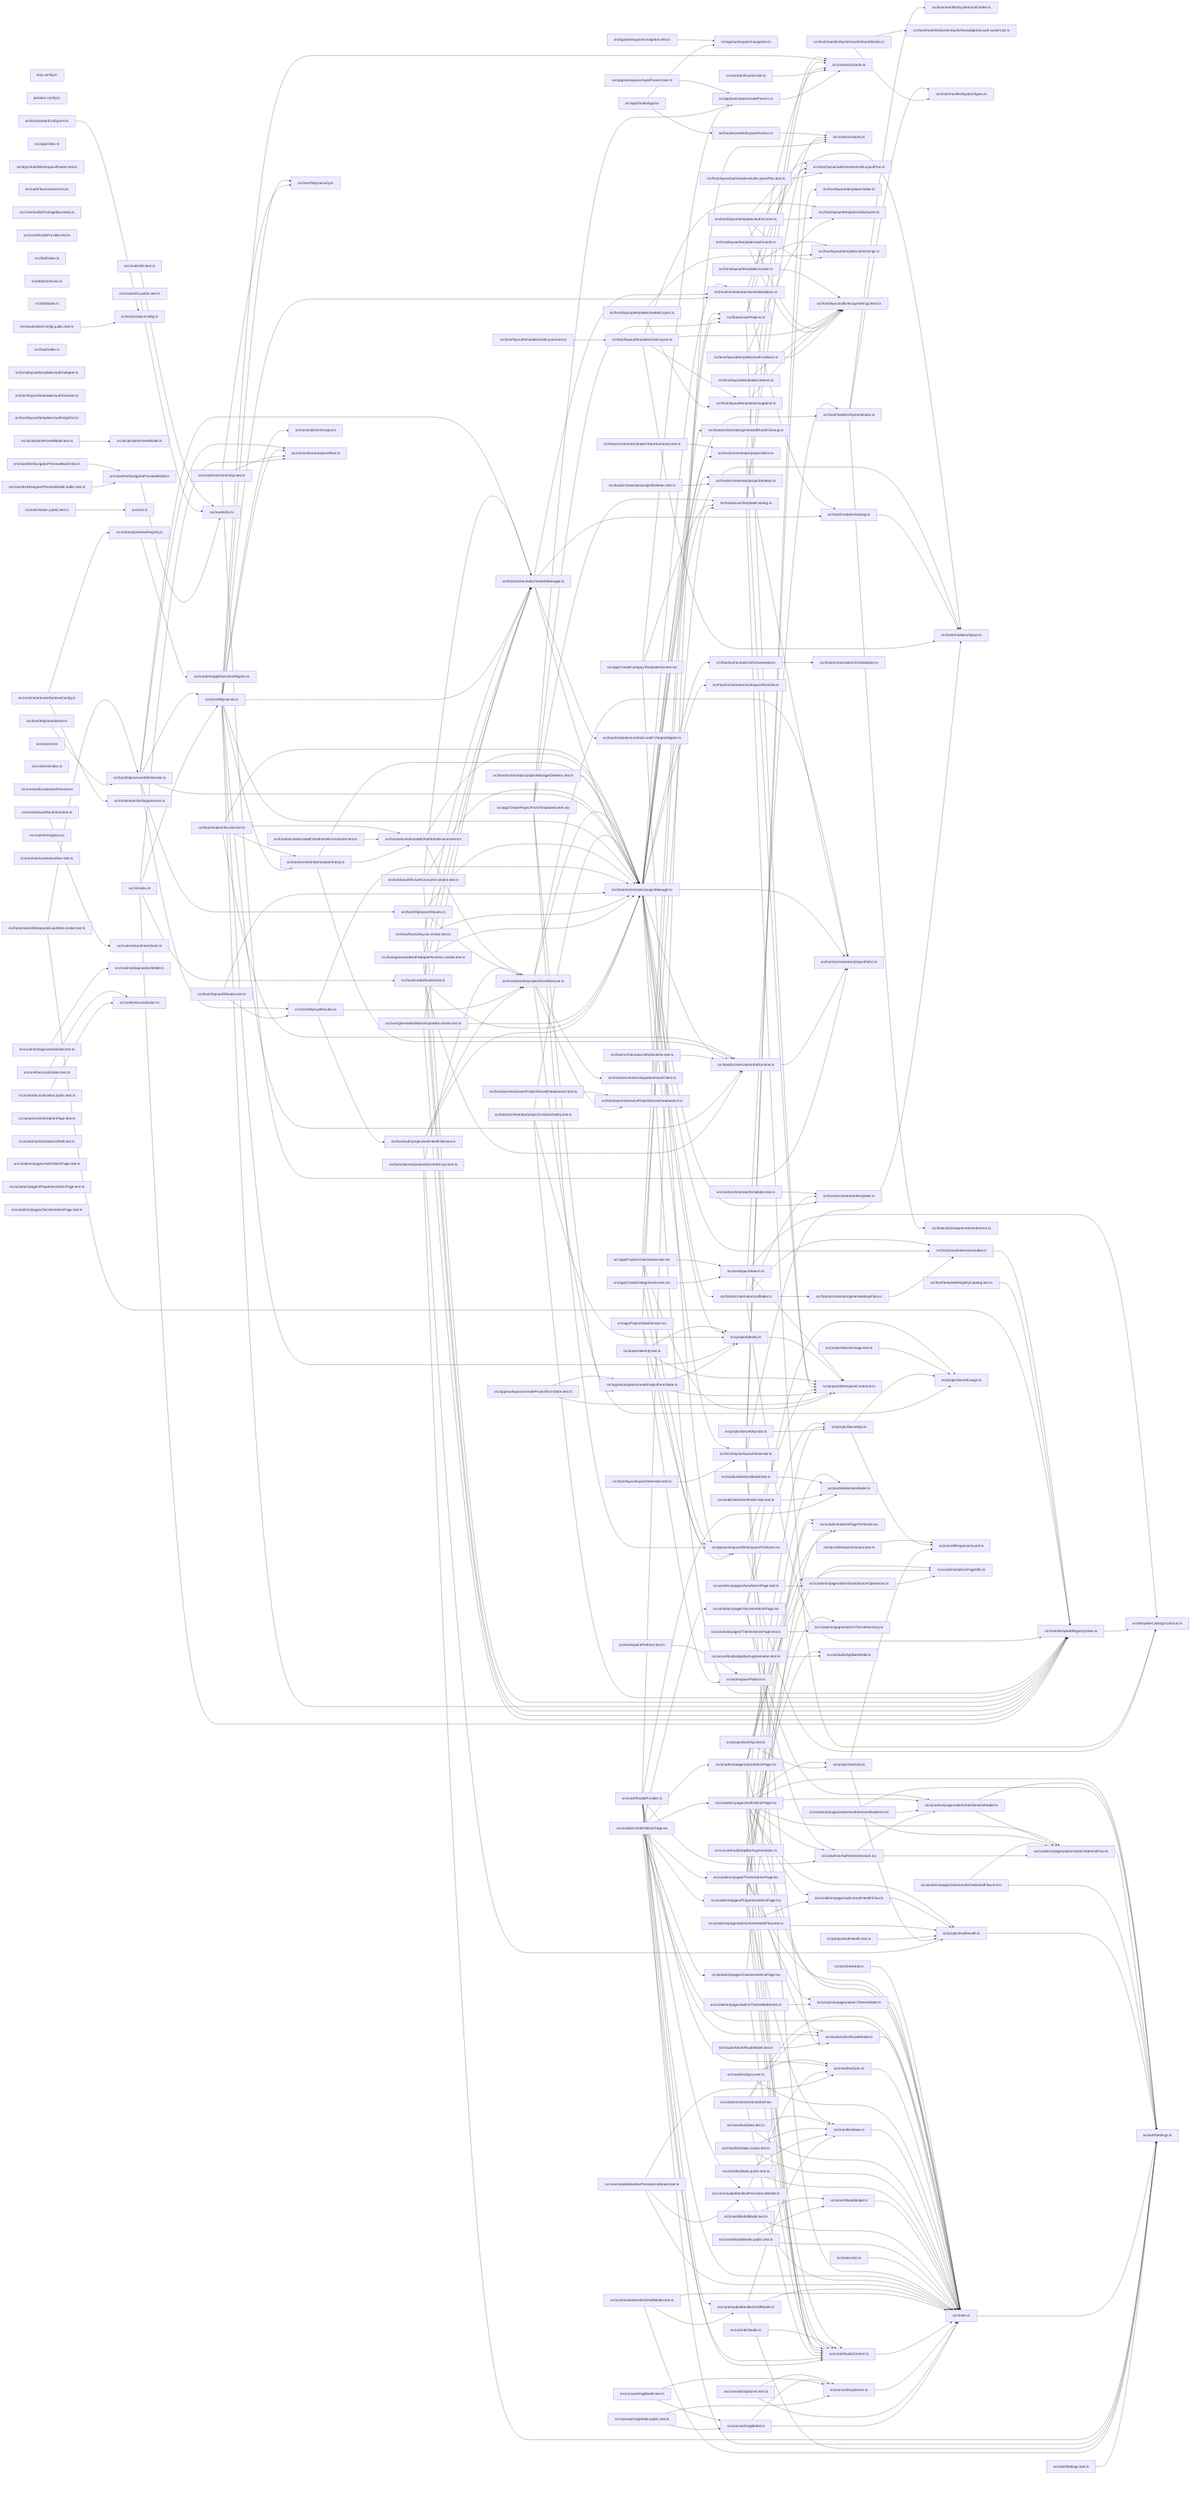
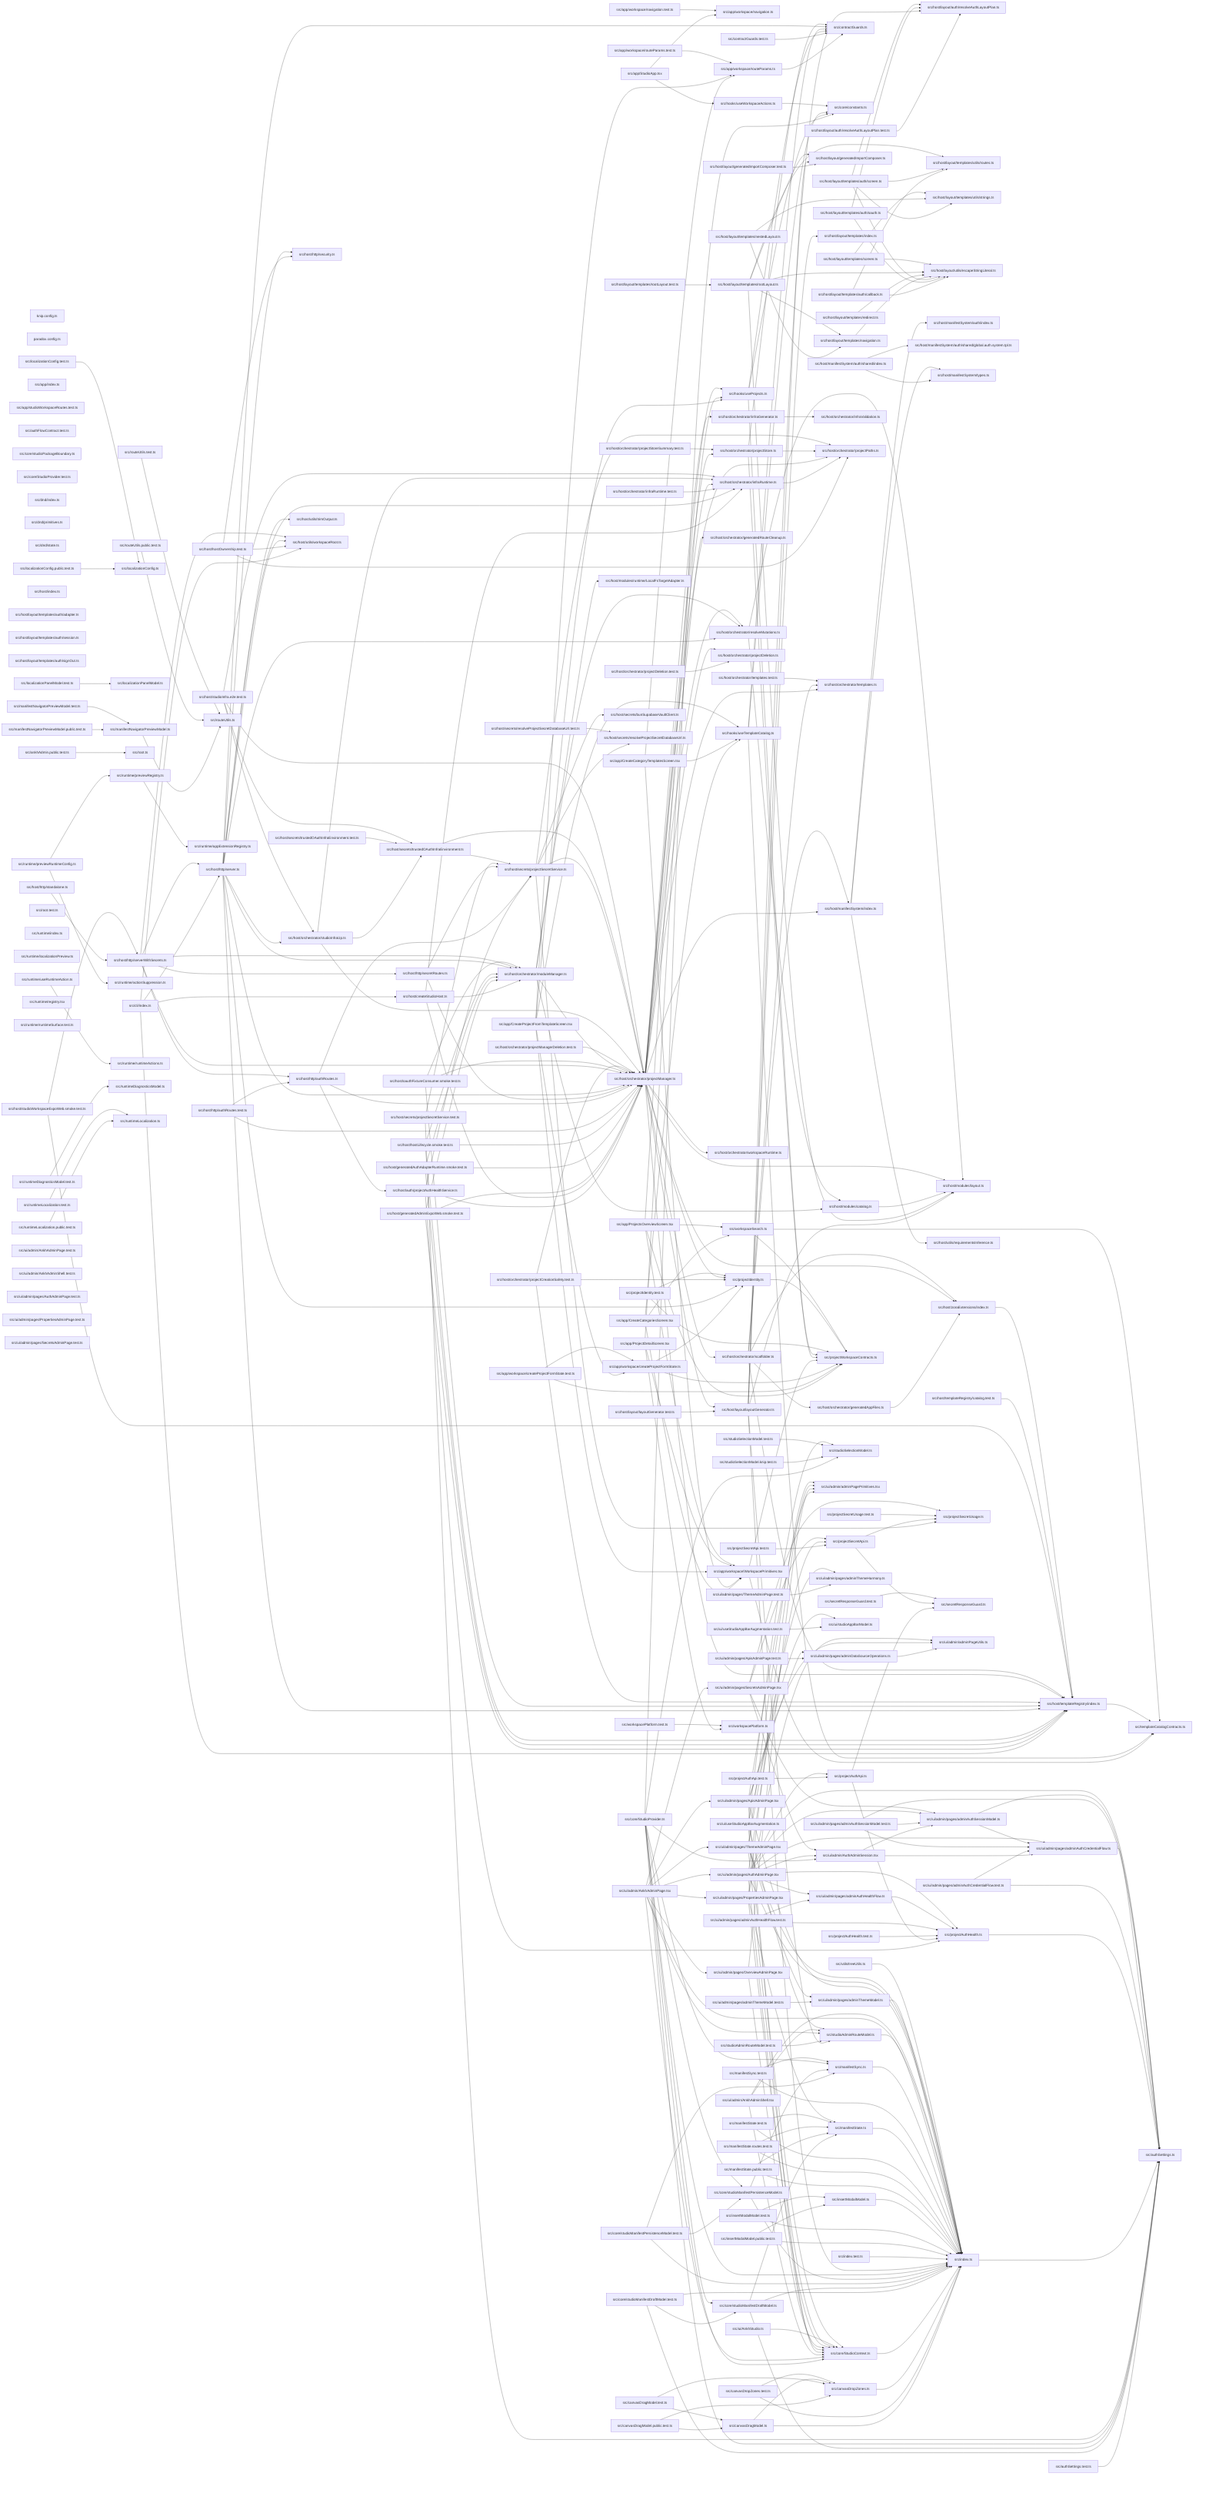
graph LR
  module_knip_config_ts["knip.config.ts"]
  module_paradox_config_ts["paradox.config.ts"]
  module_src_ankhAdmin_public_test_ts["src/ankhAdmin.public.test.ts"]
  module_src_app_CreateCategoriesScreen_tsx["src/app/CreateCategoriesScreen.tsx"]
  module_src_app_CreateCategoryTemplatesScreen_tsx["src/app/CreateCategoryTemplatesScreen.tsx"]
  module_src_app_CreateProjectFromTemplateScreen_tsx["src/app/CreateProjectFromTemplateScreen.tsx"]
  module_src_app_index_ts["src/app/index.ts"]
  module_src_app_ProjectDetailScreen_tsx["src/app/ProjectDetailScreen.tsx"]
  module_src_app_ProjectsOverviewScreen_tsx["src/app/ProjectsOverviewScreen.tsx"]
  module_src_app_StudioApp_tsx["src/app/StudioApp.tsx"]
  module_src_app_studioWorkspaceRoutes_test_ts["src/app/studioWorkspaceRoutes.test.ts"]
  module_src_app_workspace_createProjectFormState_test_ts["src/app/workspace/createProjectFormState.test.ts"]
  module_src_app_workspace_createProjectFormState_ts["src/app/workspace/createProjectFormState.ts"]
  module_src_app_workspace_navigation_test_ts["src/app/workspace/navigation.test.ts"]
  module_src_app_workspace_navigation_ts["src/app/workspace/navigation.ts"]
  module_src_app_workspace_routeParams_test_ts["src/app/workspace/routeParams.test.ts"]
  module_src_app_workspace_routeParams_ts["src/app/workspace/routeParams.ts"]
  module_src_app_workspace_WorkspacePrimitives_tsx["src/app/workspace/WorkspacePrimitives.tsx"]
  module_src_authFlowContract_test_ts["src/authFlowContract.test.ts"]
  module_src_authSettings_test_ts["src/authSettings.test.ts"]
  module_src_authSettings_ts["src/authSettings.ts"]
  module_src_canvasDragModel_public_test_ts["src/canvasDragModel.public.test.ts"]
  module_src_canvasDragModel_test_ts["src/canvasDragModel.test.ts"]
  module_src_canvasDragModel_ts["src/canvasDragModel.ts"]
  module_src_canvasDropZones_test_ts["src/canvasDropZones.test.ts"]
  module_src_canvasDropZones_ts["src/canvasDropZones.ts"]
  module_src_cli_index_ts["src/cli/index.ts"]
  module_src_contractGuards_test_ts["src/contractGuards.test.ts"]
  module_src_contractGuards_ts["src/contractGuards.ts"]
  module_src_core_constants_ts["src/core/constants.ts"]
  module_src_core_StudioContext_ts["src/core/StudioContext.ts"]
  module_src_core_studioManifestDraftModel_test_ts["src/core/studioManifestDraftModel.test.ts"]
  module_src_core_studioManifestDraftModel_ts["src/core/studioManifestDraftModel.ts"]
  module_src_core_studioManifestPersistenceModel_test_ts["src/core/studioManifestPersistenceModel.test.ts"]
  module_src_core_studioManifestPersistenceModel_ts["src/core/studioManifestPersistenceModel.ts"]
  module_src_core_studioPackageBoundary_ts["src/core/studioPackageBoundary.ts"]
  module_src_core_StudioProvider_test_ts["src/core/StudioProvider.test.ts"]
  module_src_core_StudioProvider_ts["src/core/StudioProvider.ts"]
  module_src_dnd_index_ts["src/dnd/index.ts"]
  module_src_dnd_primitives_ts["src/dnd/primitives.ts"]
  module_src_dnd_state_ts["src/dnd/state.ts"]
  module_src_hooks_useProjects_ts["src/hooks/useProjects.ts"]
  module_src_hooks_useTemplateCatalog_ts["src/hooks/useTemplateCatalog.ts"]
  module_src_hooks_useWorkspaceActions_ts["src/hooks/useWorkspaceActions.ts"]
  module_src_host_auth_projectAuthHealthService_ts["src/host/auth/projectAuthHealthService.ts"]
  module_src_host_createStudioHost_ts["src/host/createStudioHost.ts"]
  module_src_host_generatedAdminExpoWeb_smoke_test_ts["src/host/generatedAdminExpoWeb.smoke.test.ts"]
  module_src_host_generatedAuthAdapterRuntime_smoke_test_ts["src/host/generatedAuthAdapterRuntime.smoke.test.ts"]
  module_src_host_hostLifecycle_smoke_test_ts["src/host/hostLifecycle.smoke.test.ts"]
  module_src_host_hostOwnership_test_ts["src/host/hostOwnership.test.ts"]
  module_src_host_http_authRoutes_test_ts["src/host/http/authRoutes.test.ts"]
  module_src_host_http_authRoutes_ts["src/host/http/authRoutes.ts"]
  module_src_host_http_secretRoutes_ts["src/host/http/secretRoutes.ts"]
  module_src_host_http_security_ts["src/host/http/security.ts"]
  module_src_host_http_server_ts["src/host/http/server.ts"]
  module_src_host_http_serverWithSecrets_ts["src/host/http/serverWithSecrets.ts"]
  module_src_host_http_standalone_ts["src/host/http/standalone.ts"]
  module_src_host_index_ts["src/host/index.ts"]
  module_src_host_layout_auth_resolveAuthLayoutPlan_test_ts["src/host/layout/auth/resolveAuthLayoutPlan.test.ts"]
  module_src_host_layout_auth_resolveAuthLayoutPlan_ts["src/host/layout/auth/resolveAuthLayoutPlan.ts"]
+   module_src_host_layout_generatedImportComposer_test_ts["src/host/layout/generatedImportComposer.test.ts"]
+   module_src_host_layout_generatedImportComposer_ts["src/host/layout/generatedImportComposer.ts"]
  module_src_host_layout_layoutGenerator_test_ts["src/host/layout/layoutGenerator.test.ts"]
  module_src_host_layout_layoutGenerator_ts["src/host/layout/layoutGenerator.ts"]
  module_src_host_layout_templates_auth_adapter_ts["src/host/layout/templates/auth/adapter.ts"]
  module_src_host_layout_templates_auth_callback_ts["src/host/layout/templates/auth/callback.ts"]
  module_src_host_layout_templates_auth_oauth_ts["src/host/layout/templates/auth/oauth.ts"]
  module_src_host_layout_templates_auth_screen_ts["src/host/layout/templates/auth/screen.ts"]
  module_src_host_layout_templates_auth_session_ts["src/host/layout/templates/auth/session.ts"]
  module_src_host_layout_templates_auth_signOut_ts["src/host/layout/templates/auth/signOut.ts"]
  module_src_host_layout_templates_index_ts["src/host/layout/templates/index.ts"]
  module_src_host_layout_templates_navigation_ts["src/host/layout/templates/navigation.ts"]
  module_src_host_layout_templates_nestedLayout_ts["src/host/layout/templates/nestedLayout.ts"]
  module_src_host_layout_templates_redirect_ts["src/host/layout/templates/redirect.ts"]
  module_src_host_layout_templates_rootLayout_test_ts["src/host/layout/templates/rootLayout.test.ts"]
  module_src_host_layout_templates_rootLayout_ts["src/host/layout/templates/rootLayout.ts"]
  module_src_host_layout_templates_screen_ts["src/host/layout/templates/screen.ts"]
  module_src_host_layout_templates_utils_routes_ts["src/host/layout/templates/utils/routes.ts"]
  module_src_host_layout_templates_utils_strings_ts["src/host/layout/templates/utils/strings.ts"]
  module_src_host_layout_utils_escapeStringLiteral_ts["src/host/layout/utils/escapeStringLiteral.ts"]
  module_src_host_manifestSystem_auth_index_ts["src/host/manifestSystem/auth/index.ts"]
  module_src_host_manifestSystem_auth_shared_global_auth_system_tpl_ts["src/host/manifestSystem/auth/shared/global.auth.system.tpl.ts"]
  module_src_host_manifestSystem_auth_shared_index_ts["src/host/manifestSystem/auth/shared/index.ts"]
  module_src_host_manifestSystem_index_ts["src/host/manifestSystem/index.ts"]
  module_src_host_manifestSystem_types_ts["src/host/manifestSystem/types.ts"]
  module_src_host_modules_catalog_ts["src/host/modules/catalog.ts"]
  module_src_host_modules_layout_ts["src/host/modules/layout.ts"]
  module_src_host_modules_runtime_LocalFsTargetAdapter_ts["src/host/modules/runtime/LocalFsTargetAdapter.ts"]
  module_src_host_oauthFixtureConsumer_smoke_test_ts["src/host/oauthFixtureConsumer.smoke.test.ts"]
  module_src_host_orchestrator_generatedAppFiles_ts["src/host/orchestrator/generatedAppFiles.ts"]
  module_src_host_orchestrator_generatedRouteCleanup_ts["src/host/orchestrator/generatedRouteCleanup.ts"]
  module_src_host_orchestrator_infraGenerator_ts["src/host/orchestrator/infraGenerator.ts"]
  module_src_host_orchestrator_infraRuntime_test_ts["src/host/orchestrator/infraRuntime.test.ts"]
  module_src_host_orchestrator_infraRuntime_ts["src/host/orchestrator/infraRuntime.ts"]
  module_src_host_orchestrator_infraValidation_ts["src/host/orchestrator/infraValidation.ts"]
  module_src_host_orchestrator_moduleManager_ts["src/host/orchestrator/moduleManager.ts"]
  module_src_host_orchestrator_projectCreationSafety_test_ts["src/host/orchestrator/projectCreationSafety.test.ts"]
  module_src_host_orchestrator_projectDeletion_test_ts["src/host/orchestrator/projectDeletion.test.ts"]
  module_src_host_orchestrator_projectDeletion_ts["src/host/orchestrator/projectDeletion.ts"]
  module_src_host_orchestrator_projectManager_ts["src/host/orchestrator/projectManager.ts"]
  module_src_host_orchestrator_projectManagerDeletion_test_ts["src/host/orchestrator/projectManagerDeletion.test.ts"]
  module_src_host_orchestrator_projectPaths_ts["src/host/orchestrator/projectPaths.ts"]
  module_src_host_orchestrator_projectStore_ts["src/host/orchestrator/projectStore.ts"]
  module_src_host_orchestrator_projectStoreSummary_test_ts["src/host/orchestrator/projectStoreSummary.test.ts"]
  module_src_host_orchestrator_resolveMutations_ts["src/host/orchestrator/resolveMutations.ts"]
  module_src_host_orchestrator_scaffolder_ts["src/host/orchestrator/scaffolder.ts"]
  module_src_host_orchestrator_studioInfraUp_ts["src/host/orchestrator/studioInfraUp.ts"]
  module_src_host_orchestrator_templates_test_ts["src/host/orchestrator/templates.test.ts"]
  module_src_host_orchestrator_templates_ts["src/host/orchestrator/templates.ts"]
  module_src_host_orchestrator_workspaceRuntime_ts["src/host/orchestrator/workspaceRuntime.ts"]
  module_src_host_secrets_bunSupabaseVaultClient_ts["src/host/secrets/bunSupabaseVaultClient.ts"]
  module_src_host_secrets_projectSecretService_test_ts["src/host/secrets/projectSecretService.test.ts"]
  module_src_host_secrets_projectSecretService_ts["src/host/secrets/projectSecretService.ts"]
  module_src_host_secrets_resolveProjectSecretDatabaseUrl_test_ts["src/host/secrets/resolveProjectSecretDatabaseUrl.test.ts"]
  module_src_host_secrets_resolveProjectSecretDatabaseUrl_ts["src/host/secrets/resolveProjectSecretDatabaseUrl.ts"]
  module_src_host_secrets_trustedOAuthInfraEnvironment_test_ts["src/host/secrets/trustedOAuthInfraEnvironment.test.ts"]
  module_src_host_secrets_trustedOAuthInfraEnvironment_ts["src/host/secrets/trustedOAuthInfraEnvironment.ts"]
  module_src_host_studioInfra_e2e_test_ts["src/host/studioInfra.e2e.test.ts"]
  module_src_host_studioWorkspaceExpoWeb_smoke_test_ts["src/host/studioWorkspaceExpoWeb.smoke.test.ts"]
  module_src_host_templateRegistry_catalog_test_ts["src/host/templateRegistry/catalog.test.ts"]
  module_src_host_templateRegistry_index_ts["src/host/templateRegistry/index.ts"]
  module_src_host_utils_requirementsInference_ts["src/host/utils/requirementsInference.ts"]
  module_src_host_utils_trimOutput_ts["src/host/utils/trimOutput.ts"]
  module_src_host_utils_workspaceRoot_ts["src/host/utils/workspaceRoot.ts"]
  module_src_host_zoraExtensions_index_ts["src/host/zoraExtensions/index.ts"]
  module_src_index_test_ts["src/index.test.ts"]
  module_src_index_ts["src/index.ts"]
  module_src_insertModalModel_public_test_ts["src/insertModalModel.public.test.ts"]
  module_src_insertModalModel_test_ts["src/insertModalModel.test.ts"]
  module_src_insertModalModel_ts["src/insertModalModel.ts"]
  module_src_localizationConfig_public_test_ts["src/localizationConfig.public.test.ts"]
  module_src_localizationConfig_test_ts["src/localizationConfig.test.ts"]
  module_src_localizationConfig_ts["src/localizationConfig.ts"]
  module_src_localizationPanelModel_test_ts["src/localizationPanelModel.test.ts"]
  module_src_localizationPanelModel_ts["src/localizationPanelModel.ts"]
  module_src_manifestNavigatorPreviewModel_public_test_ts["src/manifestNavigatorPreviewModel.public.test.ts"]
  module_src_manifestNavigatorPreviewModel_test_ts["src/manifestNavigatorPreviewModel.test.ts"]
  module_src_manifestNavigatorPreviewModel_ts["src/manifestNavigatorPreviewModel.ts"]
  module_src_manifestState_public_test_ts["src/manifestState.public.test.ts"]
  module_src_manifestState_routes_test_ts["src/manifestState.routes.test.ts"]
  module_src_manifestState_test_ts["src/manifestState.test.ts"]
  module_src_manifestState_ts["src/manifestState.ts"]
  module_src_manifestSync_test_ts["src/manifestSync.test.ts"]
  module_src_manifestSync_ts["src/manifestSync.ts"]
  module_src_projectAuthApi_test_ts["src/projectAuthApi.test.ts"]
  module_src_projectAuthApi_ts["src/projectAuthApi.ts"]
  module_src_projectAuthHealth_test_ts["src/projectAuthHealth.test.ts"]
  module_src_projectAuthHealth_ts["src/projectAuthHealth.ts"]
  module_src_projectIdentity_test_ts["src/projectIdentity.test.ts"]
  module_src_projectIdentity_ts["src/projectIdentity.ts"]
  module_src_projectSecretApi_test_ts["src/projectSecretApi.test.ts"]
  module_src_projectSecretApi_ts["src/projectSecretApi.ts"]
  module_src_projectSecretUsage_test_ts["src/projectSecretUsage.test.ts"]
  module_src_projectSecretUsage_ts["src/projectSecretUsage.ts"]
  module_src_projectWorkspaceContracts_ts["src/projectWorkspaceContracts.ts"]
  module_src_root_test_ts["src/root.test.ts"]
  module_src_root_ts["src/root.ts"]
  module_src_routeUtils_public_test_ts["src/routeUtils.public.test.ts"]
  module_src_routeUtils_test_ts["src/routeUtils.test.ts"]
  module_src_routeUtils_ts["src/routeUtils.ts"]
  module_src_runtime_actionSuppression_ts["src/runtime/actionSuppression.ts"]
  module_src_runtime_appExtensionRegistry_ts["src/runtime/appExtensionRegistry.ts"]
  module_src_runtime_index_ts["src/runtime/index.ts"]
  module_src_runtime_localizationPreview_ts["src/runtime/localizationPreview.ts"]
  module_src_runtime_previewRegistry_ts["src/runtime/previewRegistry.ts"]
  module_src_runtime_previewRuntimeConfig_ts["src/runtime/previewRuntimeConfig.ts"]
  module_src_runtime_registry_tsx["src/runtime/registry.tsx"]
  module_src_runtime_runtimeActions_ts["src/runtime/runtimeActions.ts"]
  module_src_runtime_runtimeSurface_test_ts["src/runtime/runtimeSurface.test.ts"]
  module_src_runtime_useRuntimeAction_ts["src/runtime/useRuntimeAction.ts"]
  module_src_runtimeDiagnosticsModel_test_ts["src/runtimeDiagnosticsModel.test.ts"]
  module_src_runtimeDiagnosticsModel_ts["src/runtimeDiagnosticsModel.ts"]
  module_src_runtimeLocalization_public_test_ts["src/runtimeLocalization.public.test.ts"]
  module_src_runtimeLocalization_test_ts["src/runtimeLocalization.test.ts"]
  module_src_runtimeLocalization_ts["src/runtimeLocalization.ts"]
  module_src_secretResponseGuard_test_ts["src/secretResponseGuard.test.ts"]
  module_src_secretResponseGuard_ts["src/secretResponseGuard.ts"]
  module_src_studioAdminRouteModel_test_ts["src/studioAdminRouteModel.test.ts"]
  module_src_studioAdminRouteModel_ts["src/studioAdminRouteModel.ts"]
  module_src_studioSelectionModel_knip_test_ts["src/studioSelectionModel.knip.test.ts"]
  module_src_studioSelectionModel_test_ts["src/studioSelectionModel.test.ts"]
  module_src_studioSelectionModel_ts["src/studioSelectionModel.ts"]
  module_src_templateCatalogContracts_ts["src/templateCatalogContracts.ts"]
  module_src_ui_admin_adminPagePrimitives_tsx["src/ui/admin/adminPagePrimitives.tsx"]
  module_src_ui_admin_adminPageUtils_ts["src/ui/admin/adminPageUtils.ts"]
  module_src_ui_admin_AnkhAdminPage_test_ts["src/ui/admin/AnkhAdminPage.test.ts"]
  module_src_ui_admin_AnkhAdminPage_tsx["src/ui/admin/AnkhAdminPage.tsx"]
  module_src_ui_admin_AnkhAdminShell_test_ts["src/ui/admin/AnkhAdminShell.test.ts"]
  module_src_ui_admin_AnkhAdminShell_tsx["src/ui/admin/AnkhAdminShell.tsx"]
  module_src_ui_admin_AuthAdminSession_tsx["src/ui/admin/AuthAdminSession.tsx"]
  module_src_ui_admin_pages_adminAuthCredentialFlow_test_ts["src/ui/admin/pages/adminAuthCredentialFlow.test.ts"]
  module_src_ui_admin_pages_adminAuthCredentialFlow_ts["src/ui/admin/pages/adminAuthCredentialFlow.ts"]
  module_src_ui_admin_pages_adminAuthHealthFlow_test_ts["src/ui/admin/pages/adminAuthHealthFlow.test.ts"]
  module_src_ui_admin_pages_adminAuthHealthFlow_ts["src/ui/admin/pages/adminAuthHealthFlow.ts"]
  module_src_ui_admin_pages_adminAuthSessionModel_test_ts["src/ui/admin/pages/adminAuthSessionModel.test.ts"]
  module_src_ui_admin_pages_adminAuthSessionModel_ts["src/ui/admin/pages/adminAuthSessionModel.ts"]
  module_src_ui_admin_pages_adminDataSourceOperations_ts["src/ui/admin/pages/adminDataSourceOperations.ts"]
  module_src_ui_admin_pages_adminThemeHarmony_ts["src/ui/admin/pages/adminThemeHarmony.ts"]
  module_src_ui_admin_pages_adminThemeModel_test_ts["src/ui/admin/pages/adminThemeModel.test.ts"]
  module_src_ui_admin_pages_adminThemeModel_ts["src/ui/admin/pages/adminThemeModel.ts"]
  module_src_ui_admin_pages_ApisAdminPage_test_ts["src/ui/admin/pages/ApisAdminPage.test.ts"]
  module_src_ui_admin_pages_ApisAdminPage_tsx["src/ui/admin/pages/ApisAdminPage.tsx"]
  module_src_ui_admin_pages_AuthAdminPage_test_ts["src/ui/admin/pages/AuthAdminPage.test.ts"]
  module_src_ui_admin_pages_AuthAdminPage_tsx["src/ui/admin/pages/AuthAdminPage.tsx"]
  module_src_ui_admin_pages_OverviewAdminPage_tsx["src/ui/admin/pages/OverviewAdminPage.tsx"]
  module_src_ui_admin_pages_PropertiesAdminPage_test_ts["src/ui/admin/pages/PropertiesAdminPage.test.ts"]
  module_src_ui_admin_pages_PropertiesAdminPage_tsx["src/ui/admin/pages/PropertiesAdminPage.tsx"]
  module_src_ui_admin_pages_SecretsAdminPage_test_ts["src/ui/admin/pages/SecretsAdminPage.test.ts"]
  module_src_ui_admin_pages_SecretsAdminPage_tsx["src/ui/admin/pages/SecretsAdminPage.tsx"]
  module_src_ui_admin_pages_ThemeAdminPage_test_ts["src/ui/admin/pages/ThemeAdminPage.test.ts"]
  module_src_ui_admin_pages_ThemeAdminPage_tsx["src/ui/admin/pages/ThemeAdminPage.tsx"]
  module_src_ui_AnkhStudio_ts["src/ui/AnkhStudio.ts"]
  module_src_ui_studioAppBarModel_ts["src/ui/studioAppBarModel.ts"]
  module_src_ui_useStudioAppBarAugmentation_test_ts["src/ui/useStudioAppBarAugmentation.test.ts"]
  module_src_ui_useStudioAppBarAugmentation_ts["src/ui/useStudioAppBarAugmentation.ts"]
  module_src_utils_treeUtils_ts["src/utils/treeUtils.ts"]
  module_src_workspacePlatform_test_ts["src/workspacePlatform.test.ts"]
  module_src_workspacePlatform_ts["src/workspacePlatform.ts"]
  module_src_workspaceSearch_ts["src/workspaceSearch.ts"]
  module_src_ankhAdmin_public_test_ts --> module_src_root_ts
  module_src_app_CreateCategoriesScreen_tsx --> module_src_app_workspace_WorkspacePrimitives_tsx
  module_src_app_CreateCategoriesScreen_tsx --> module_src_hooks_useTemplateCatalog_ts
  module_src_app_CreateCategoriesScreen_tsx --> module_src_workspaceSearch_ts
  module_src_app_CreateCategoryTemplatesScreen_tsx --> module_src_app_workspace_routeParams_ts
  module_src_app_CreateCategoryTemplatesScreen_tsx --> module_src_app_workspace_WorkspacePrimitives_tsx
  module_src_app_CreateCategoryTemplatesScreen_tsx --> module_src_hooks_useTemplateCatalog_ts
  module_src_app_CreateProjectFromTemplateScreen_tsx --> module_src_app_workspace_createProjectFormState_ts
  module_src_app_CreateProjectFromTemplateScreen_tsx --> module_src_app_workspace_routeParams_ts
  module_src_app_CreateProjectFromTemplateScreen_tsx --> module_src_app_workspace_WorkspacePrimitives_tsx
  module_src_app_CreateProjectFromTemplateScreen_tsx --> module_src_hooks_useProjects_ts
  module_src_app_CreateProjectFromTemplateScreen_tsx --> module_src_hooks_useTemplateCatalog_ts
  module_src_app_ProjectDetailScreen_tsx --> module_src_app_workspace_WorkspacePrimitives_tsx
  module_src_app_ProjectDetailScreen_tsx --> module_src_hooks_useProjects_ts
  module_src_app_ProjectDetailScreen_tsx --> module_src_workspacePlatform_ts
  module_src_app_ProjectsOverviewScreen_tsx --> module_src_app_workspace_WorkspacePrimitives_tsx
  module_src_app_ProjectsOverviewScreen_tsx --> module_src_hooks_useProjects_ts
  module_src_app_ProjectsOverviewScreen_tsx --> module_src_projectWorkspaceContracts_ts
  module_src_app_ProjectsOverviewScreen_tsx --> module_src_workspaceSearch_ts
  module_src_app_StudioApp_tsx --> module_src_app_workspace_navigation_ts
  module_src_app_StudioApp_tsx --> module_src_hooks_useWorkspaceActions_ts
  module_src_app_workspace_createProjectFormState_test_ts --> module_src_app_workspace_createProjectFormState_ts
  module_src_app_workspace_createProjectFormState_test_ts --> module_src_projectWorkspaceContracts_ts
  module_src_app_workspace_createProjectFormState_ts --> module_src_projectIdentity_ts
  module_src_app_workspace_createProjectFormState_ts --> module_src_projectWorkspaceContracts_ts
  module_src_app_workspace_navigation_test_ts --> module_src_app_workspace_navigation_ts
  module_src_app_workspace_routeParams_test_ts --> module_src_app_workspace_routeParams_ts
  module_src_app_workspace_routeParams_ts --> module_src_contractGuards_ts
  module_src_app_workspace_WorkspacePrimitives_tsx --> module_src_projectWorkspaceContracts_ts
  module_src_app_workspace_WorkspacePrimitives_tsx --> module_src_templateCatalogContracts_ts
  module_src_authSettings_test_ts --> module_src_authSettings_ts
  module_src_canvasDragModel_public_test_ts --> module_src_canvasDragModel_ts
  module_src_canvasDragModel_public_test_ts --> module_src_canvasDropZones_ts
  module_src_canvasDragModel_test_ts --> module_src_canvasDragModel_ts
  module_src_canvasDragModel_test_ts --> module_src_canvasDropZones_ts
  module_src_canvasDragModel_ts --> module_src_canvasDropZones_ts
  module_src_canvasDragModel_ts --> module_src_index_ts
  module_src_canvasDropZones_test_ts --> module_src_canvasDropZones_ts
  module_src_canvasDropZones_test_ts --> module_src_index_ts
  module_src_canvasDropZones_ts --> module_src_index_ts
  module_src_cli_index_ts --> module_src_host_createStudioHost_ts
  module_src_cli_index_ts --> module_src_host_http_server_ts
  module_src_cli_index_ts --> module_src_host_templateRegistry_index_ts
  module_src_cli_index_ts --> module_src_host_utils_workspaceRoot_ts
  module_src_contractGuards_test_ts --> module_src_contractGuards_ts
  module_src_core_StudioContext_ts --> module_src_index_ts
  module_src_core_studioManifestDraftModel_test_ts --> module_src_authSettings_ts
  module_src_core_studioManifestDraftModel_test_ts --> module_src_core_studioManifestDraftModel_ts
  module_src_core_studioManifestDraftModel_test_ts --> module_src_index_ts
  module_src_core_studioManifestDraftModel_ts --> module_src_authSettings_ts
  module_src_core_studioManifestDraftModel_ts --> module_src_index_ts
  module_src_core_studioManifestDraftModel_ts --> module_src_manifestState_ts
  module_src_core_studioManifestPersistenceModel_test_ts --> module_src_core_studioManifestPersistenceModel_ts
  module_src_core_studioManifestPersistenceModel_test_ts --> module_src_index_ts
  module_src_core_studioManifestPersistenceModel_test_ts --> module_src_manifestSync_ts
  module_src_core_studioManifestPersistenceModel_ts --> module_src_index_ts
  module_src_core_studioManifestPersistenceModel_ts --> module_src_manifestSync_ts
  module_src_core_StudioProvider_ts --> module_src_authSettings_ts
  module_src_core_StudioProvider_ts --> module_src_core_constants_ts
  module_src_core_StudioProvider_ts --> module_src_core_StudioContext_ts
  module_src_core_StudioProvider_ts --> module_src_core_studioManifestDraftModel_ts
  module_src_core_StudioProvider_ts --> module_src_core_studioManifestPersistenceModel_ts
  module_src_core_StudioProvider_ts --> module_src_index_ts
  module_src_core_StudioProvider_ts --> module_src_manifestSync_ts
  module_src_core_StudioProvider_ts --> module_src_studioSelectionModel_ts
  module_src_core_StudioProvider_ts --> module_src_ui_admin_AuthAdminSession_tsx
  module_src_hooks_useProjects_ts --> module_src_contractGuards_ts
  module_src_hooks_useProjects_ts --> module_src_core_constants_ts
  module_src_hooks_useProjects_ts --> module_src_projectWorkspaceContracts_ts
  module_src_hooks_useTemplateCatalog_ts --> module_src_contractGuards_ts
  module_src_hooks_useTemplateCatalog_ts --> module_src_core_constants_ts
  module_src_hooks_useTemplateCatalog_ts --> module_src_templateCatalogContracts_ts
  module_src_hooks_useWorkspaceActions_ts --> module_src_core_constants_ts
  module_src_host_auth_projectAuthHealthService_ts --> module_src_host_orchestrator_projectManager_ts
  module_src_host_auth_projectAuthHealthService_ts --> module_src_host_secrets_projectSecretService_ts
  module_src_host_auth_projectAuthHealthService_ts --> module_src_projectAuthHealth_ts
  module_src_host_createStudioHost_ts --> module_src_host_orchestrator_infraRuntime_ts
  module_src_host_createStudioHost_ts --> module_src_host_orchestrator_moduleManager_ts
  module_src_host_createStudioHost_ts --> module_src_host_orchestrator_projectManager_ts
  module_src_host_generatedAdminExpoWeb_smoke_test_ts --> module_src_host_orchestrator_moduleManager_ts
  module_src_host_generatedAdminExpoWeb_smoke_test_ts --> module_src_host_orchestrator_projectManager_ts
  module_src_host_generatedAdminExpoWeb_smoke_test_ts --> module_src_host_templateRegistry_index_ts
  module_src_host_generatedAuthAdapterRuntime_smoke_test_ts --> module_src_host_orchestrator_moduleManager_ts
  module_src_host_generatedAuthAdapterRuntime_smoke_test_ts --> module_src_host_orchestrator_projectManager_ts
  module_src_host_generatedAuthAdapterRuntime_smoke_test_ts --> module_src_host_templateRegistry_index_ts
  module_src_host_hostLifecycle_smoke_test_ts --> module_src_host_orchestrator_moduleManager_ts
  module_src_host_hostLifecycle_smoke_test_ts --> module_src_host_orchestrator_projectManager_ts
  module_src_host_hostLifecycle_smoke_test_ts --> module_src_host_templateRegistry_index_ts
  module_src_host_hostOwnership_test_ts --> module_src_host_http_security_ts
  module_src_host_hostOwnership_test_ts --> module_src_host_orchestrator_projectPaths_ts
  module_src_host_hostOwnership_test_ts --> module_src_host_utils_workspaceRoot_ts
  module_src_host_http_authRoutes_test_ts --> module_src_host_http_authRoutes_ts
  module_src_host_http_authRoutes_test_ts --> module_src_host_orchestrator_projectManager_ts
  module_src_host_http_authRoutes_ts --> module_src_host_auth_projectAuthHealthService_ts
  module_src_host_http_authRoutes_ts --> module_src_host_orchestrator_projectManager_ts
  module_src_host_http_authRoutes_ts --> module_src_host_secrets_projectSecretService_ts
  module_src_host_http_secretRoutes_ts --> module_src_host_orchestrator_projectManager_ts
  module_src_host_http_secretRoutes_ts --> module_src_host_secrets_projectSecretService_ts
  module_src_host_http_server_ts --> module_src_contractGuards_ts
  module_src_host_http_server_ts --> module_src_host_http_security_ts
  module_src_host_http_server_ts --> module_src_host_orchestrator_infraRuntime_ts
  module_src_host_http_server_ts --> module_src_host_orchestrator_moduleManager_ts
  module_src_host_http_server_ts --> module_src_host_orchestrator_projectManager_ts
  module_src_host_http_server_ts --> module_src_host_orchestrator_resolveMutations_ts
  module_src_host_http_server_ts --> module_src_host_orchestrator_studioInfraUp_ts
  module_src_host_http_server_ts --> module_src_host_templateRegistry_index_ts
  module_src_host_http_server_ts --> module_src_host_utils_trimOutput_ts
  module_src_host_http_server_ts --> module_src_host_utils_workspaceRoot_ts
  module_src_host_http_server_ts --> module_src_projectIdentity_ts
  module_src_host_http_serverWithSecrets_ts --> module_src_host_http_authRoutes_ts
  module_src_host_http_serverWithSecrets_ts --> module_src_host_http_secretRoutes_ts
  module_src_host_http_serverWithSecrets_ts --> module_src_host_http_server_ts
  module_src_host_http_serverWithSecrets_ts --> module_src_host_orchestrator_moduleManager_ts
  module_src_host_http_serverWithSecrets_ts --> module_src_host_orchestrator_projectManager_ts
  module_src_host_http_serverWithSecrets_ts --> module_src_host_utils_workspaceRoot_ts
  module_src_host_http_standalone_ts --> module_src_host_http_serverWithSecrets_ts
  module_src_host_layout_auth_resolveAuthLayoutPlan_test_ts --> module_src_host_layout_auth_resolveAuthLayoutPlan_ts
+   module_src_host_layout_generatedImportComposer_test_ts --> module_src_host_layout_generatedImportComposer_ts
  module_src_host_layout_layoutGenerator_test_ts --> module_src_host_layout_layoutGenerator_ts
  module_src_host_layout_layoutGenerator_ts --> module_src_host_layout_auth_resolveAuthLayoutPlan_ts
+   module_src_host_layout_layoutGenerator_ts --> module_src_host_layout_generatedImportComposer_ts
  module_src_host_layout_layoutGenerator_ts --> module_src_host_layout_templates_index_ts
  module_src_host_layout_layoutGenerator_ts --> module_src_host_modules_layout_ts
  module_src_host_layout_layoutGenerator_ts --> module_src_index_ts
  module_src_host_layout_layoutGenerator_ts --> module_src_studioAdminRouteModel_ts
  module_src_host_layout_templates_auth_callback_ts --> module_src_host_layout_templates_utils_routes_ts
  module_src_host_layout_templates_auth_callback_ts --> module_src_host_layout_utils_escapeStringLiteral_ts
  module_src_host_layout_templates_auth_oauth_ts --> module_src_host_layout_auth_resolveAuthLayoutPlan_ts
  module_src_host_layout_templates_auth_oauth_ts --> module_src_host_layout_utils_escapeStringLiteral_ts
  module_src_host_layout_templates_auth_screen_ts --> module_src_host_layout_auth_resolveAuthLayoutPlan_ts
  module_src_host_layout_templates_auth_screen_ts --> module_src_host_layout_templates_utils_routes_ts
  module_src_host_layout_templates_auth_screen_ts --> module_src_host_layout_templates_utils_strings_ts
  module_src_host_layout_templates_auth_screen_ts --> module_src_host_layout_utils_escapeStringLiteral_ts
  module_src_host_layout_templates_navigation_ts --> module_src_host_layout_utils_escapeStringLiteral_ts
  module_src_host_layout_templates_nestedLayout_ts --> module_src_host_layout_templates_navigation_ts
  module_src_host_layout_templates_nestedLayout_ts --> module_src_host_layout_templates_utils_strings_ts
  module_src_host_layout_templates_redirect_ts --> module_src_host_layout_utils_escapeStringLiteral_ts
  module_src_host_layout_templates_rootLayout_test_ts --> module_src_host_layout_templates_rootLayout_ts
+   module_src_host_layout_templates_rootLayout_ts --> module_src_host_layout_generatedImportComposer_ts
  module_src_host_layout_templates_rootLayout_ts --> module_src_host_layout_templates_navigation_ts
  module_src_host_layout_templates_rootLayout_ts --> module_src_host_layout_templates_utils_routes_ts
  module_src_host_layout_templates_rootLayout_ts --> module_src_host_layout_utils_escapeStringLiteral_ts
  module_src_host_layout_templates_rootLayout_ts --> module_src_host_modules_layout_ts
  module_src_host_layout_templates_screen_ts --> module_src_host_layout_templates_utils_strings_ts
  module_src_host_layout_templates_screen_ts --> module_src_host_layout_utils_escapeStringLiteral_ts
  module_src_host_manifestSystem_auth_shared_index_ts --> module_src_host_manifestSystem_auth_shared_global_auth_system_tpl_ts
  module_src_host_manifestSystem_auth_shared_index_ts --> module_src_host_manifestSystem_types_ts
  module_src_host_manifestSystem_index_ts --> module_src_host_manifestSystem_auth_index_ts
  module_src_host_manifestSystem_index_ts --> module_src_host_manifestSystem_types_ts
  module_src_host_manifestSystem_index_ts --> module_src_host_utils_requirementsInference_ts
  module_src_host_modules_catalog_ts --> module_src_host_modules_layout_ts
  module_src_host_oauthFixtureConsumer_smoke_test_ts --> module_src_host_orchestrator_moduleManager_ts
  module_src_host_oauthFixtureConsumer_smoke_test_ts --> module_src_host_orchestrator_projectManager_ts
  module_src_host_oauthFixtureConsumer_smoke_test_ts --> module_src_host_templateRegistry_index_ts
  module_src_host_orchestrator_generatedAppFiles_ts --> module_src_host_zoraExtensions_index_ts
  module_src_host_orchestrator_infraGenerator_ts --> module_src_host_orchestrator_infraValidation_ts
  module_src_host_orchestrator_infraRuntime_test_ts --> module_src_host_orchestrator_infraRuntime_ts
  module_src_host_orchestrator_infraRuntime_ts --> module_src_host_orchestrator_projectPaths_ts
  module_src_host_orchestrator_moduleManager_ts --> module_src_host_modules_catalog_ts
  module_src_host_orchestrator_moduleManager_ts --> module_src_host_modules_runtime_LocalFsTargetAdapter_ts
  module_src_host_orchestrator_moduleManager_ts --> module_src_host_orchestrator_projectManager_ts
  module_src_host_orchestrator_moduleManager_ts --> module_src_host_orchestrator_resolveMutations_ts
  module_src_host_orchestrator_projectCreationSafety_test_ts --> module_src_host_orchestrator_projectManager_ts
  module_src_host_orchestrator_projectCreationSafety_test_ts --> module_src_host_templateRegistry_index_ts
  module_src_host_orchestrator_projectCreationSafety_test_ts --> module_src_projectIdentity_ts
  module_src_host_orchestrator_projectDeletion_test_ts --> module_src_host_orchestrator_projectDeletion_ts
  module_src_host_orchestrator_projectManager_ts --> module_src_host_layout_layoutGenerator_ts
  module_src_host_orchestrator_projectManager_ts --> module_src_host_manifestSystem_index_ts
  module_src_host_orchestrator_projectManager_ts --> module_src_host_modules_layout_ts
  module_src_host_orchestrator_projectManager_ts --> module_src_host_orchestrator_generatedRouteCleanup_ts
  module_src_host_orchestrator_projectManager_ts --> module_src_host_orchestrator_infraGenerator_ts
  module_src_host_orchestrator_projectManager_ts --> module_src_host_orchestrator_infraRuntime_ts
  module_src_host_orchestrator_projectManager_ts --> module_src_host_orchestrator_projectDeletion_ts
  module_src_host_orchestrator_projectManager_ts --> module_src_host_orchestrator_projectPaths_ts
  module_src_host_orchestrator_projectManager_ts --> module_src_host_orchestrator_projectStore_ts
  module_src_host_orchestrator_projectManager_ts --> module_src_host_orchestrator_resolveMutations_ts
  module_src_host_orchestrator_projectManager_ts --> module_src_host_orchestrator_scaffolder_ts
  module_src_host_orchestrator_projectManager_ts --> module_src_host_orchestrator_templates_ts
  module_src_host_orchestrator_projectManager_ts --> module_src_host_orchestrator_workspaceRuntime_ts
  module_src_host_orchestrator_projectManager_ts --> module_src_host_templateRegistry_index_ts
  module_src_host_orchestrator_projectManager_ts --> module_src_host_zoraExtensions_index_ts
  module_src_host_orchestrator_projectManager_ts --> module_src_projectIdentity_ts
  module_src_host_orchestrator_projectManagerDeletion_test_ts --> module_src_host_orchestrator_projectManager_ts
  module_src_host_orchestrator_projectStore_ts --> module_src_contractGuards_ts
  module_src_host_orchestrator_projectStore_ts --> module_src_host_orchestrator_projectPaths_ts
  module_src_host_orchestrator_projectStore_ts --> module_src_projectWorkspaceContracts_ts
  module_src_host_orchestrator_projectStoreSummary_test_ts --> module_src_host_orchestrator_projectStore_ts
  module_src_host_orchestrator_resolveMutations_ts --> module_src_host_modules_catalog_ts
  module_src_host_orchestrator_resolveMutations_ts --> module_src_host_modules_layout_ts
  module_src_host_orchestrator_scaffolder_ts --> module_src_host_manifestSystem_index_ts
  module_src_host_orchestrator_scaffolder_ts --> module_src_host_orchestrator_generatedAppFiles_ts
  module_src_host_orchestrator_scaffolder_ts --> module_src_host_orchestrator_templates_ts
  module_src_host_orchestrator_scaffolder_ts --> module_src_host_templateRegistry_index_ts
  module_src_host_orchestrator_scaffolder_ts --> module_src_host_zoraExtensions_index_ts
  module_src_host_orchestrator_studioInfraUp_ts --> module_src_host_orchestrator_infraRuntime_ts
  module_src_host_orchestrator_studioInfraUp_ts --> module_src_host_orchestrator_projectManager_ts
  module_src_host_orchestrator_studioInfraUp_ts --> module_src_host_secrets_trustedOAuthInfraEnvironment_ts
  module_src_host_orchestrator_templates_test_ts --> module_src_host_orchestrator_templates_ts
  module_src_host_secrets_projectSecretService_test_ts --> module_src_authSettings_ts
  module_src_host_secrets_projectSecretService_test_ts --> module_src_host_secrets_projectSecretService_ts
  module_src_host_secrets_projectSecretService_ts --> module_src_host_orchestrator_projectManager_ts
  module_src_host_secrets_projectSecretService_ts --> module_src_host_orchestrator_projectPaths_ts
  module_src_host_secrets_projectSecretService_ts --> module_src_host_secrets_bunSupabaseVaultClient_ts
  module_src_host_secrets_projectSecretService_ts --> module_src_host_secrets_resolveProjectSecretDatabaseUrl_ts
  module_src_host_secrets_projectSecretService_ts --> module_src_projectSecretUsage_ts
  module_src_host_secrets_resolveProjectSecretDatabaseUrl_test_ts --> module_src_host_secrets_resolveProjectSecretDatabaseUrl_ts
  module_src_host_secrets_trustedOAuthInfraEnvironment_test_ts --> module_src_host_secrets_trustedOAuthInfraEnvironment_ts
  module_src_host_secrets_trustedOAuthInfraEnvironment_ts --> module_src_host_orchestrator_projectManager_ts
  module_src_host_secrets_trustedOAuthInfraEnvironment_ts --> module_src_host_secrets_projectSecretService_ts
  module_src_host_studioInfra_e2e_test_ts --> module_src_host_orchestrator_infraRuntime_ts
  module_src_host_studioInfra_e2e_test_ts --> module_src_host_orchestrator_projectManager_ts
  module_src_host_studioInfra_e2e_test_ts --> module_src_host_orchestrator_studioInfraUp_ts
  module_src_host_studioInfra_e2e_test_ts --> module_src_host_secrets_trustedOAuthInfraEnvironment_ts
  module_src_host_studioWorkspaceExpoWeb_smoke_test_ts --> module_src_host_http_serverWithSecrets_ts
  module_src_host_studioWorkspaceExpoWeb_smoke_test_ts --> module_src_host_templateRegistry_index_ts
  module_src_host_templateRegistry_catalog_test_ts --> module_src_host_templateRegistry_index_ts
  module_src_host_templateRegistry_index_ts --> module_src_templateCatalogContracts_ts
  module_src_host_zoraExtensions_index_ts --> module_src_host_templateRegistry_index_ts
  module_src_index_test_ts --> module_src_index_ts
  module_src_index_ts --> module_src_authSettings_ts
  module_src_insertModalModel_public_test_ts --> module_src_index_ts
  module_src_insertModalModel_public_test_ts --> module_src_insertModalModel_ts
  module_src_insertModalModel_test_ts --> module_src_index_ts
  module_src_insertModalModel_test_ts --> module_src_insertModalModel_ts
  module_src_insertModalModel_ts --> module_src_index_ts
  module_src_localizationConfig_public_test_ts --> module_src_localizationConfig_ts
  module_src_localizationConfig_test_ts --> module_src_localizationConfig_ts
  module_src_localizationPanelModel_test_ts --> module_src_localizationPanelModel_ts
  module_src_manifestNavigatorPreviewModel_public_test_ts --> module_src_manifestNavigatorPreviewModel_ts
  module_src_manifestNavigatorPreviewModel_test_ts --> module_src_manifestNavigatorPreviewModel_ts
  module_src_manifestNavigatorPreviewModel_ts --> module_src_routeUtils_ts
  module_src_manifestState_public_test_ts --> module_src_index_ts
  module_src_manifestState_public_test_ts --> module_src_manifestState_ts
  module_src_manifestState_routes_test_ts --> module_src_index_ts
  module_src_manifestState_routes_test_ts --> module_src_manifestState_ts
  module_src_manifestState_test_ts --> module_src_index_ts
  module_src_manifestState_test_ts --> module_src_manifestState_ts
  module_src_manifestState_ts --> module_src_index_ts
  module_src_manifestSync_test_ts --> module_src_index_ts
  module_src_manifestSync_test_ts --> module_src_manifestSync_ts
  module_src_manifestSync_ts --> module_src_index_ts
  module_src_projectAuthApi_test_ts --> module_src_projectAuthApi_ts
  module_src_projectAuthApi_ts --> module_src_projectAuthHealth_ts
  module_src_projectAuthApi_ts --> module_src_secretResponseGuard_ts
  module_src_projectAuthHealth_test_ts --> module_src_projectAuthHealth_ts
  module_src_projectAuthHealth_ts --> module_src_authSettings_ts
  module_src_projectIdentity_test_ts --> module_src_projectIdentity_ts
  module_src_projectIdentity_test_ts --> module_src_projectWorkspaceContracts_ts
  module_src_projectIdentity_ts --> module_src_projectWorkspaceContracts_ts
  module_src_projectSecretApi_test_ts --> module_src_projectSecretApi_ts
  module_src_projectSecretApi_ts --> module_src_projectSecretUsage_ts
  module_src_projectSecretApi_ts --> module_src_secretResponseGuard_ts
  module_src_projectSecretUsage_test_ts --> module_src_projectSecretUsage_ts
  module_src_routeUtils_public_test_ts --> module_src_routeUtils_ts
  module_src_routeUtils_test_ts --> module_src_routeUtils_ts
  module_src_runtime_previewRegistry_ts --> module_src_runtime_appExtensionRegistry_ts
  module_src_runtime_previewRuntimeConfig_ts --> module_src_runtime_actionSuppression_ts
  module_src_runtime_previewRuntimeConfig_ts --> module_src_runtime_previewRegistry_ts
  module_src_runtime_useRuntimeAction_ts --> module_src_runtime_runtimeActions_ts
  module_src_runtimeDiagnosticsModel_test_ts --> module_src_runtimeDiagnosticsModel_ts
  module_src_runtimeLocalization_public_test_ts --> module_src_runtimeLocalization_ts
  module_src_runtimeLocalization_test_ts --> module_src_runtimeLocalization_ts
  module_src_secretResponseGuard_test_ts --> module_src_secretResponseGuard_ts
  module_src_studioAdminRouteModel_test_ts --> module_src_studioAdminRouteModel_ts
  module_src_studioAdminRouteModel_ts --> module_src_index_ts
  module_src_studioSelectionModel_knip_test_ts --> module_src_studioSelectionModel_ts
  module_src_studioSelectionModel_test_ts --> module_src_studioSelectionModel_ts
  module_src_ui_admin_AnkhAdminPage_tsx --> module_src_core_StudioContext_ts
  module_src_ui_admin_AnkhAdminPage_tsx --> module_src_index_ts
  module_src_ui_admin_AnkhAdminPage_tsx --> module_src_studioAdminRouteModel_ts
  module_src_ui_admin_AnkhAdminPage_tsx --> module_src_ui_admin_pages_ApisAdminPage_tsx
  module_src_ui_admin_AnkhAdminPage_tsx --> module_src_ui_admin_pages_AuthAdminPage_tsx
  module_src_ui_admin_AnkhAdminPage_tsx --> module_src_ui_admin_pages_OverviewAdminPage_tsx
  module_src_ui_admin_AnkhAdminPage_tsx --> module_src_ui_admin_pages_PropertiesAdminPage_tsx
  module_src_ui_admin_AnkhAdminPage_tsx --> module_src_ui_admin_pages_SecretsAdminPage_tsx
  module_src_ui_admin_AnkhAdminPage_tsx --> module_src_ui_admin_pages_ThemeAdminPage_tsx
  module_src_ui_admin_AnkhAdminShell_tsx --> module_src_core_StudioContext_ts
  module_src_ui_admin_AnkhAdminShell_tsx --> module_src_index_ts
  module_src_ui_admin_AnkhAdminShell_tsx --> module_src_studioAdminRouteModel_ts
  module_src_ui_admin_AuthAdminSession_tsx --> module_src_ui_admin_pages_adminAuthCredentialFlow_ts
  module_src_ui_admin_AuthAdminSession_tsx --> module_src_ui_admin_pages_adminAuthSessionModel_ts
  module_src_ui_admin_pages_adminAuthCredentialFlow_test_ts --> module_src_authSettings_ts
  module_src_ui_admin_pages_adminAuthCredentialFlow_test_ts --> module_src_ui_admin_pages_adminAuthCredentialFlow_ts
  module_src_ui_admin_pages_adminAuthCredentialFlow_ts --> module_src_authSettings_ts
  module_src_ui_admin_pages_adminAuthHealthFlow_test_ts --> module_src_projectAuthHealth_ts
  module_src_ui_admin_pages_adminAuthHealthFlow_test_ts --> module_src_ui_admin_pages_adminAuthHealthFlow_ts
  module_src_ui_admin_pages_adminAuthHealthFlow_ts --> module_src_projectAuthHealth_ts
  module_src_ui_admin_pages_adminAuthSessionModel_test_ts --> module_src_authSettings_ts
  module_src_ui_admin_pages_adminAuthSessionModel_test_ts --> module_src_ui_admin_pages_adminAuthCredentialFlow_ts
  module_src_ui_admin_pages_adminAuthSessionModel_test_ts --> module_src_ui_admin_pages_adminAuthSessionModel_ts
  module_src_ui_admin_pages_adminAuthSessionModel_ts --> module_src_authSettings_ts
  module_src_ui_admin_pages_adminAuthSessionModel_ts --> module_src_ui_admin_pages_adminAuthCredentialFlow_ts
  module_src_ui_admin_pages_adminDataSourceOperations_ts --> module_src_ui_admin_adminPageUtils_ts
  module_src_ui_admin_pages_adminThemeModel_test_ts --> module_src_ui_admin_pages_adminThemeModel_ts
  module_src_ui_admin_pages_adminThemeModel_ts --> module_src_index_ts
  module_src_ui_admin_pages_ApisAdminPage_test_ts --> module_src_ui_admin_pages_adminDataSourceOperations_ts
  module_src_ui_admin_pages_ApisAdminPage_tsx --> module_src_core_StudioContext_ts
  module_src_ui_admin_pages_ApisAdminPage_tsx --> module_src_index_ts
  module_src_ui_admin_pages_ApisAdminPage_tsx --> module_src_ui_admin_adminPagePrimitives_tsx
  module_src_ui_admin_pages_ApisAdminPage_tsx --> module_src_ui_admin_adminPageUtils_ts
  module_src_ui_admin_pages_ApisAdminPage_tsx --> module_src_ui_admin_pages_adminDataSourceOperations_ts
  module_src_ui_admin_pages_AuthAdminPage_tsx --> module_src_authSettings_ts
  module_src_ui_admin_pages_AuthAdminPage_tsx --> module_src_core_StudioContext_ts
  module_src_ui_admin_pages_AuthAdminPage_tsx --> module_src_index_ts
  module_src_ui_admin_pages_AuthAdminPage_tsx --> module_src_projectAuthApi_ts
  module_src_ui_admin_pages_AuthAdminPage_tsx --> module_src_projectAuthHealth_ts
  module_src_ui_admin_pages_AuthAdminPage_tsx --> module_src_projectSecretApi_ts
  module_src_ui_admin_pages_AuthAdminPage_tsx --> module_src_ui_admin_AuthAdminSession_tsx
  module_src_ui_admin_pages_AuthAdminPage_tsx --> module_src_ui_admin_pages_adminAuthCredentialFlow_ts
  module_src_ui_admin_pages_AuthAdminPage_tsx --> module_src_ui_admin_pages_adminAuthHealthFlow_ts
  module_src_ui_admin_pages_AuthAdminPage_tsx --> module_src_ui_admin_pages_adminAuthSessionModel_ts
  module_src_ui_admin_pages_OverviewAdminPage_tsx --> module_src_core_StudioContext_ts
  module_src_ui_admin_pages_OverviewAdminPage_tsx --> module_src_ui_admin_adminPagePrimitives_tsx
  module_src_ui_admin_pages_PropertiesAdminPage_tsx --> module_src_core_StudioContext_ts
  module_src_ui_admin_pages_PropertiesAdminPage_tsx --> module_src_manifestState_ts
  module_src_ui_admin_pages_PropertiesAdminPage_tsx --> module_src_ui_admin_adminPagePrimitives_tsx
  module_src_ui_admin_pages_PropertiesAdminPage_tsx --> module_src_ui_admin_adminPageUtils_ts
  module_src_ui_admin_pages_SecretsAdminPage_tsx --> module_src_projectSecretApi_ts
  module_src_ui_admin_pages_SecretsAdminPage_tsx --> module_src_projectSecretUsage_ts
  module_src_ui_admin_pages_SecretsAdminPage_tsx --> module_src_ui_admin_AuthAdminSession_tsx
  module_src_ui_admin_pages_SecretsAdminPage_tsx --> module_src_ui_admin_pages_adminAuthSessionModel_ts
  module_src_ui_admin_pages_ThemeAdminPage_test_ts --> module_src_ui_admin_pages_adminThemeHarmony_ts
  module_src_ui_admin_pages_ThemeAdminPage_tsx --> module_src_core_StudioContext_ts
  module_src_ui_admin_pages_ThemeAdminPage_tsx --> module_src_index_ts
  module_src_ui_admin_pages_ThemeAdminPage_tsx --> module_src_ui_admin_adminPagePrimitives_tsx
  module_src_ui_admin_pages_ThemeAdminPage_tsx --> module_src_ui_admin_pages_adminThemeHarmony_ts
  module_src_ui_admin_pages_ThemeAdminPage_tsx --> module_src_ui_admin_pages_adminThemeModel_ts
  module_src_ui_AnkhStudio_ts --> module_src_core_StudioContext_ts
  module_src_ui_useStudioAppBarAugmentation_test_ts --> module_src_ui_studioAppBarModel_ts
  module_src_ui_useStudioAppBarAugmentation_ts --> module_src_core_StudioContext_ts
  module_src_ui_useStudioAppBarAugmentation_ts --> module_src_studioAdminRouteModel_ts
  module_src_ui_useStudioAppBarAugmentation_ts --> module_src_studioSelectionModel_ts
  module_src_ui_useStudioAppBarAugmentation_ts --> module_src_ui_studioAppBarModel_ts
  module_src_utils_treeUtils_ts --> module_src_index_ts
  module_src_workspacePlatform_test_ts --> module_src_workspacePlatform_ts
  module_src_workspaceSearch_ts --> module_src_projectWorkspaceContracts_ts
  module_src_workspaceSearch_ts --> module_src_templateCatalogContracts_ts
